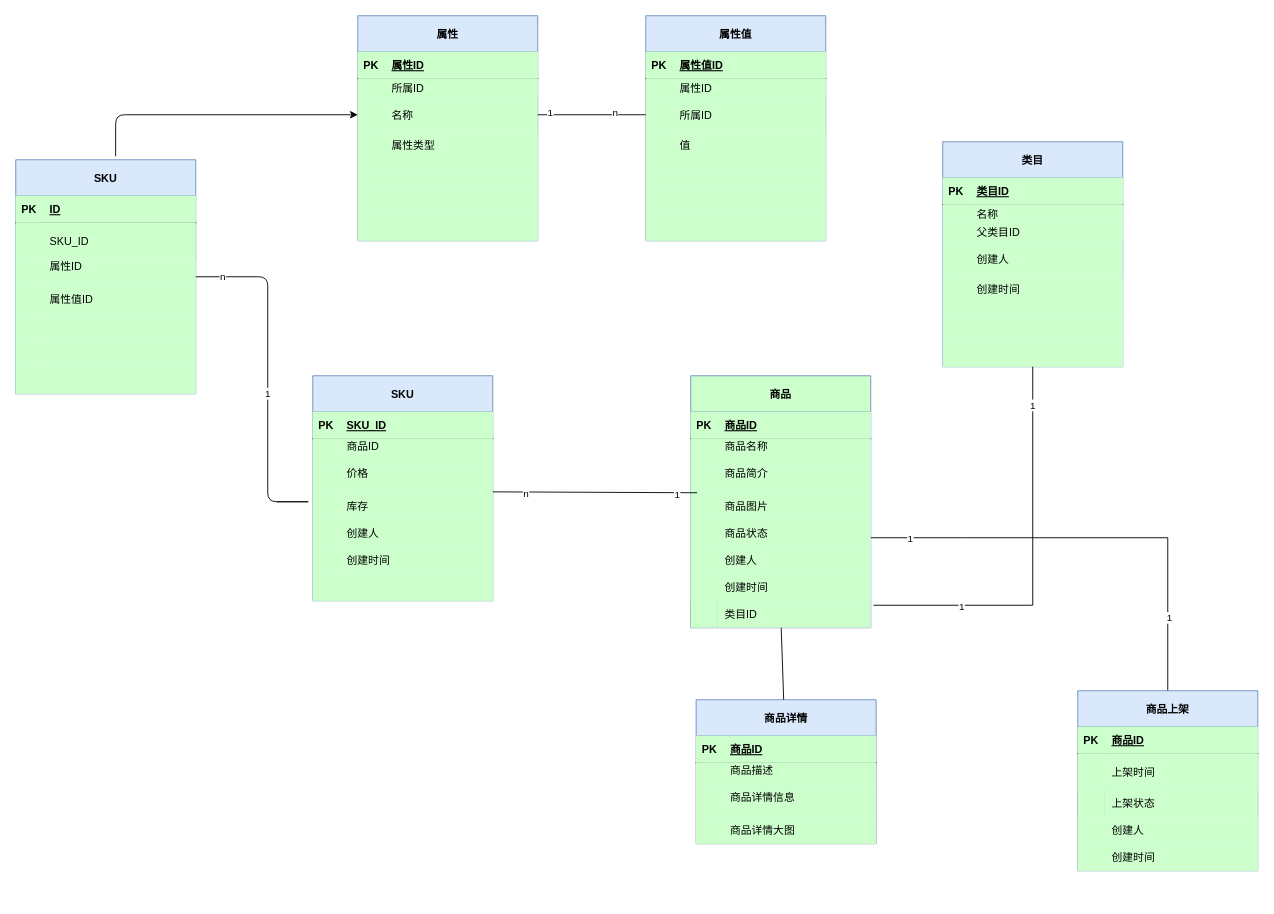
This is 商品能力.drawio from linxiaofan/linhenghui, a draw.io file, before an edit. Source tidied: cells renumbered, new cells numbered last; positions are measured from the earlier drawing's top-left corner, leaving out a move shared by most shapes. Both pictures are drawn from the tidied source at 90%, with x=0, y=0 at pixel (15, 15).
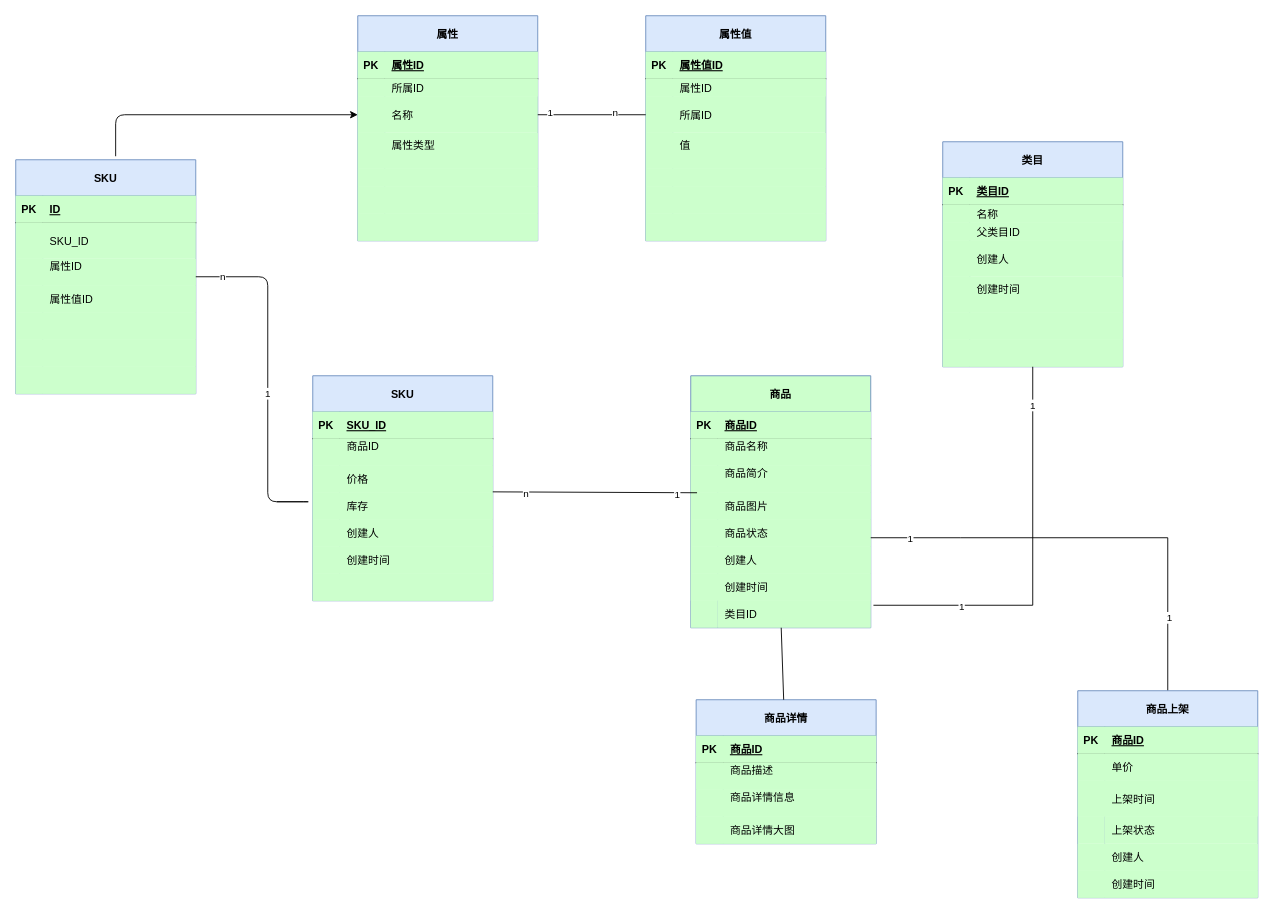
The same page after the edit.

Commit message:
更新商品能力.drawio

Unchanged cells that the change refers to:
```xml
<mxCell id="9" style="shape=partialRectangle;top=0;left=0;bottom=0;right=0;points=[[0,0.5],[1,0.5]];portConstraint=eastwest;fillColor=#CCFFCC;" parent="2" vertex="1">
  <mxGeometry y="100" width="200" height="30" as="geometry" />
</mxCell>
```

What changed in the source:
```diff
@@
-    <mxCell id="11" value="价格&#10;" style="shape=partialRectangle;top=0;left=0;bottom=0;right=0;align=left;spacingLeft=6;overflow=hidden;fillColor=#CCFFCC;" parent="9" vertex="1">
+    <mxCell id="11" value="价格" style="shape=partialRectangle;top=0;left=0;bottom=0;right=0;align=left;spacingLeft=6;overflow=hidden;fillColor=#CCFFCC;" parent="9" vertex="1">
       <mxGeometry x="30" width="170" height="30" as="geometry" />
     </mxCell>
@@
     <mxCell id="153" value="商品上架" style="shape=table;startSize=40;childLayout=tableLayout;rowLines=0;fontStyle=1;align=center;fillColor=#dae8fc;strokeColor=#6c8ebf;" parent="1" vertex="1">
-      <mxGeometry x="1180" y="750" width="200" height="200" as="geometry" />
+      <mxGeometry x="1180" y="750" width="200" height="230" as="geometry" />
     </mxCell>
@@
+    <mxCell id="183" style="shape=partialRectangle;top=0;left=0;bottom=0;right=0;fillColor=#CCFFCC;" parent="153" vertex="1">
+      <mxGeometry y="70" width="200" height="30" as="geometry" />
+    </mxCell>
+    <mxCell id="184" style="shape=partialRectangle;top=0;left=0;bottom=0;right=0;overflow=hidden;fillColor=#CCFFCC;" parent="183" vertex="1">
+      <mxGeometry width="30" height="30" as="geometry" />
+    </mxCell>
+    <mxCell id="185" value="单价" style="shape=partialRectangle;top=0;left=0;bottom=0;right=0;align=left;spacingLeft=6;overflow=hidden;fillColor=#CCFFCC;" parent="183" vertex="1">
+      <mxGeometry x="30" width="170" height="30" as="geometry" />
+    </mxCell>
     <mxCell id="157" style="shape=partialRectangle;top=0;left=0;bottom=0;right=0;fillColor=#CCFFCC;" parent="153" vertex="1">
-      <mxGeometry y="70" width="200" height="40" as="geometry" />
+      <mxGeometry y="100" width="200" height="40" as="geometry" />
     </mxCell>
@@
     <mxCell id="160" style="shape=partialRectangle;fillColor=none;top=0;left=0;bottom=0;right=0;strokeWidth=1;align=left;" parent="153" vertex="1">
-      <mxGeometry y="110" width="200" height="30" as="geometry" />
+      <mxGeometry y="140" width="200" height="30" as="geometry" />
     </mxCell>
@@
     <mxCell id="163" style="shape=partialRectangle;top=0;left=0;bottom=0;right=0;fillColor=#CCFFCC;" parent="153" vertex="1">
-      <mxGeometry y="140" width="200" height="30" as="geometry" />
+      <mxGeometry y="170" width="200" height="30" as="geometry" />
     </mxCell>
@@
     <mxCell id="166" style="shape=partialRectangle;top=0;left=0;bottom=0;right=0;fillColor=#CCFFCC;" parent="153" vertex="1">
-      <mxGeometry y="170" width="200" height="30" as="geometry" />
+      <mxGeometry y="200" width="200" height="30" as="geometry" />
     </mxCell>
```
